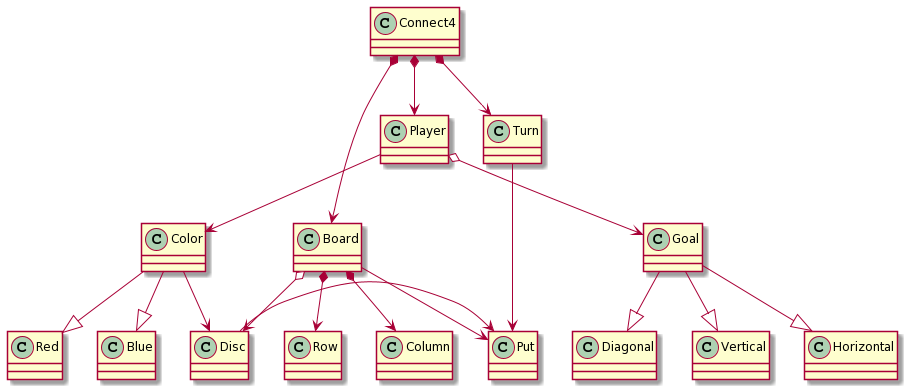
This is DomainModel.png from Rsotosan/Connect4, a PlantUML export, as it was before one commit. Source of this version:
```plantuml
@startuml
Class Connect4
Class Player
Class Board
Class Turn
Class Goal
Class Diagonal
Class Vertical
Class Horizontal
Class Color
Class Row
Class Column
Class Red
Class Blue

Connect4 *-down-> Board
Connect4 *-down-> Player
Connect4 *-down-> Turn

Board *-down-> Column
Board *-down-> Row

Color -down-|> Red
Color -down-|> Blue

Goal -down-|> Diagonal
Goal -down-|> Vertical
Goal -down-|> Horizontal

Player -down-> Color
Color -down-> Disc


Player o-down->Goal

Board o-down->Disc

Disc -down> Put
Turn -down> Put
Board -down> Put
@enduml
```
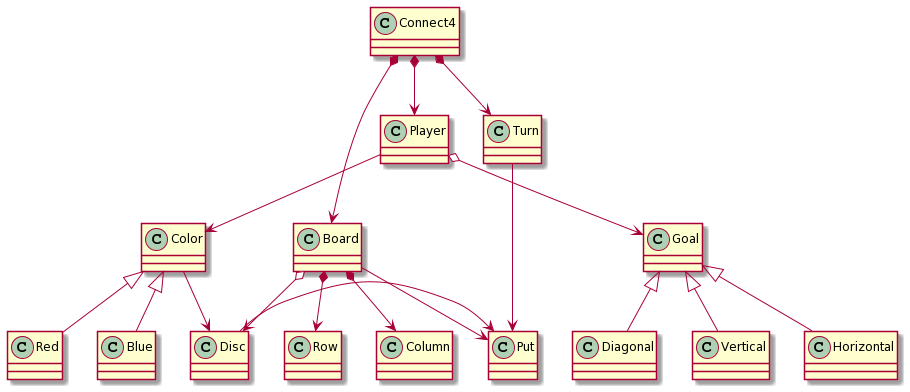
After the change.

Change to the diagram source:
```diff
@@ -20,12 +20,12 @@
 Board *-down-> Column
 Board *-down-> Row
 
-Color -down-|> Red
-Color -down-|> Blue
+Color <|-down- Red
+Color <|-down- Blue
 
-Goal -down-|> Diagonal
-Goal -down-|> Vertical
-Goal -down-|> Horizontal
+Goal <|-down- Diagonal
+Goal <|-down- Vertical
+Goal <|-down- Horizontal
 
 Player -down-> Color
 Color -down-> Disc
```
